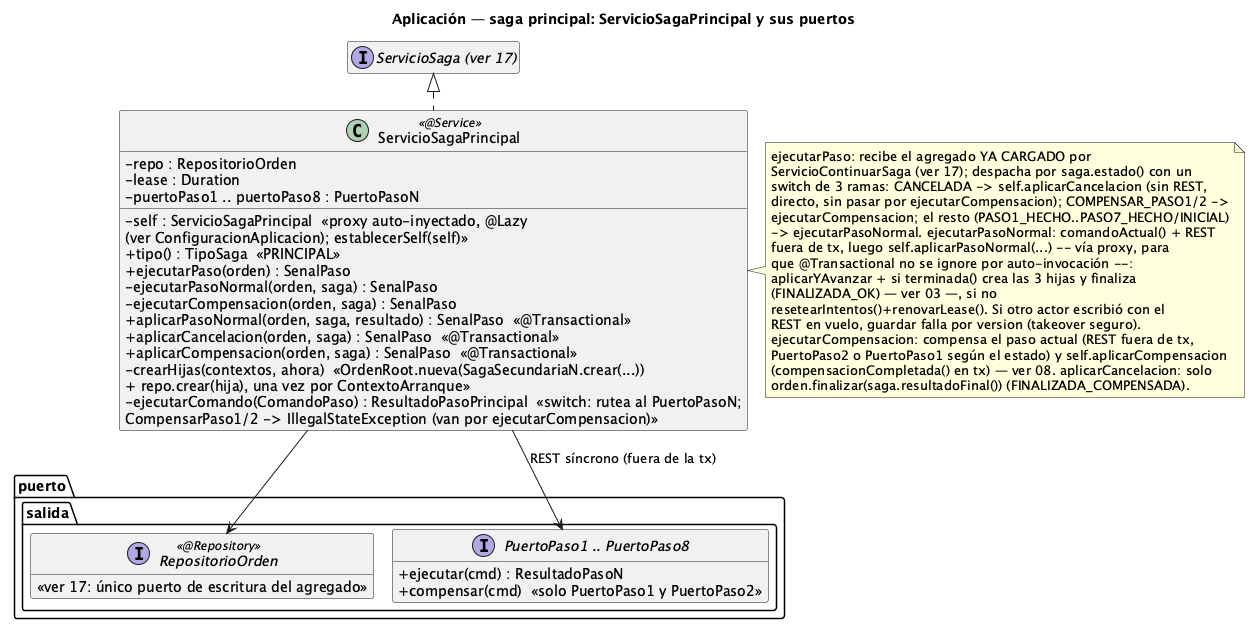
Before: order-manager/docs/18-clases-aplicacion-saga-principal.png, a diagram exported from PlantUML (ralcazar/patrones).
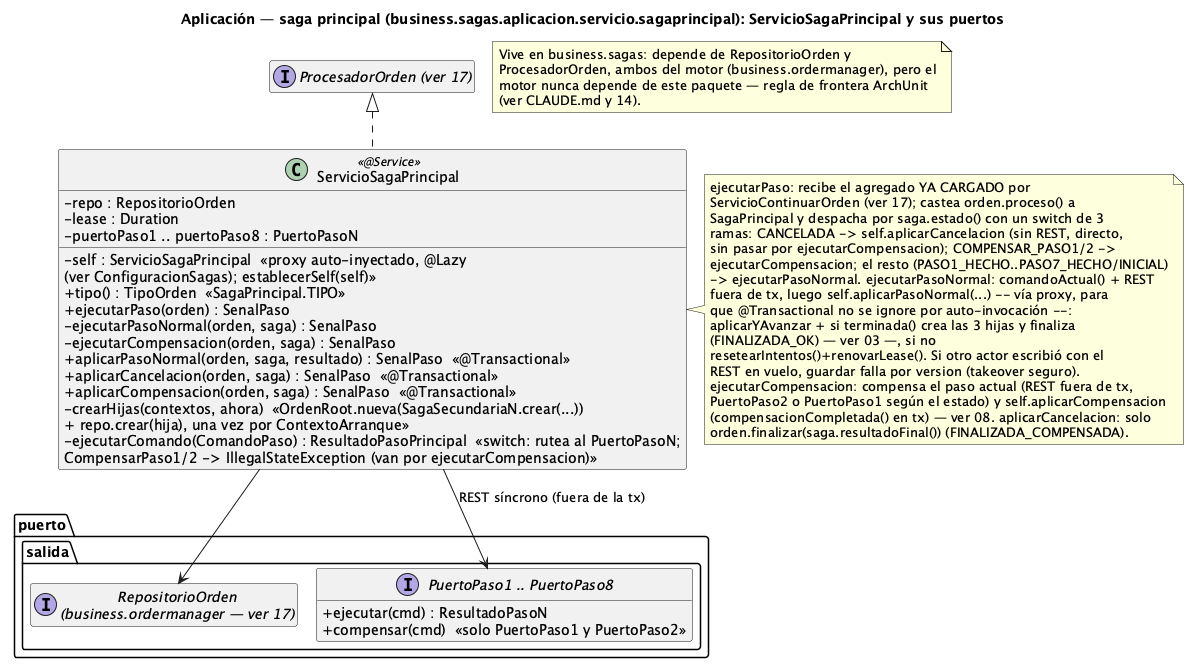
Above is the later version.

Change to the diagram source:
```diff
@@ -1,17 +1,17 @@
 @startuml 18-clases-aplicacion-saga-principal
-title Aplicación — saga principal: ServicioSagaPrincipal y sus puertos
+title Aplicación — saga principal (business.sagas.aplicacion.servicio.sagaprincipal): ServicioSagaPrincipal y sus puertos
 !pragma layout smetana
 hide empty members
 skinparam classAttributeIconSize 0
 
-interface "ServicioSaga (ver 17)" as Base
+interface "ProcesadorOrden (ver 17)" as Base
 
 class ServicioSagaPrincipal <<@Service>> {
   -repo : RepositorioOrden
   -lease : Duration
   -puertoPaso1 .. puertoPaso8 : PuertoPasoN
-  -self : ServicioSagaPrincipal  «proxy auto-inyectado, @Lazy\n(ver ConfiguracionAplicacion); establecerSelf(self)»
-  +tipo() : TipoSaga  «PRINCIPAL»
+  -self : ServicioSagaPrincipal  «proxy auto-inyectado, @Lazy\n(ver ConfiguracionSagas); establecerSelf(self)»
+  +tipo() : TipoOrden  «SagaPrincipal.TIPO»
   +ejecutarPaso(orden) : SenalPaso
   -ejecutarPasoNormal(orden, saga) : SenalPaso
   -ejecutarCompensacion(orden, saga) : SenalPaso
@@ -23,9 +23,10 @@
 }
 note right of ServicioSagaPrincipal
   ejecutarPaso: recibe el agregado YA CARGADO por
-  ServicioContinuarSaga (ver 17); despacha por saga.estado() con un
-  switch de 3 ramas: CANCELADA -> self.aplicarCancelacion (sin REST,
-  directo, sin pasar por ejecutarCompensacion); COMPENSAR_PASO1/2 ->
+  ServicioContinuarOrden (ver 17); castea orden.proceso() a
+  SagaPrincipal y despacha por saga.estado() con un switch de 3
+  ramas: CANCELADA -> self.aplicarCancelacion (sin REST, directo,
+  sin pasar por ejecutarCompensacion); COMPENSAR_PASO1/2 ->
   ejecutarCompensacion; el resto (PASO1_HECHO..PASO7_HECHO/INICIAL)
   -> ejecutarPasoNormal. ejecutarPasoNormal: comandoActual() + REST
   fuera de tx, luego self.aplicarPasoNormal(...) -- vía proxy, para
@@ -41,9 +42,7 @@
 end note
 
 package "puerto.salida" {
-  interface RepositorioOrden <<@Repository>> {
-    «ver 17: único puerto de escritura del agregado»
-  }
+  interface "RepositorioOrden\n(business.ordermanager — ver 17)" as RepositorioOrden
   interface "PuertoPaso1 .. PuertoPaso8" as PuertosPaso {
     +ejecutar(cmd) : ResultadoPasoN
     +compensar(cmd)  «solo PuertoPaso1 y PuertoPaso2»
@@ -53,4 +52,11 @@
 Base <|.. ServicioSagaPrincipal
 ServicioSagaPrincipal --> RepositorioOrden
 ServicioSagaPrincipal --> PuertosPaso : REST síncrono (fuera de la tx)
+
+note as NPaquete
+  Vive en business.sagas: depende de RepositorioOrden y
+  ProcesadorOrden, ambos del motor (business.ordermanager), pero el
+  motor nunca depende de este paquete — regla de frontera ArchUnit
+  (ver CLAUDE.md y 14).
+end note
 @enduml
```
